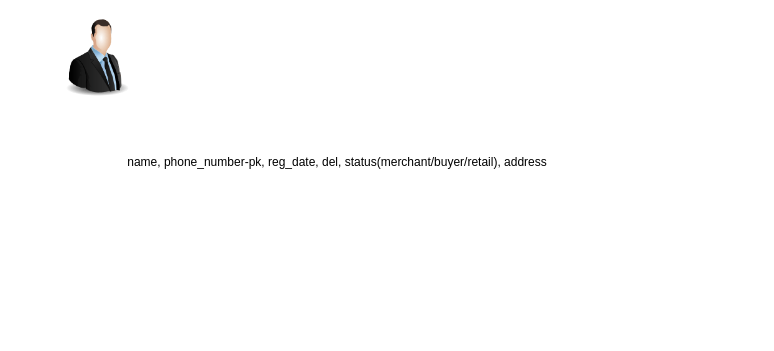
odu-11111111/owodemarket keeps this draw.io diagram as user.drawio. Above is the earlier version. Source tidied: cells renumbered, new cells numbered last; positions are measured from the earlier drawing's top-left corner, leaving out a move shared by most shapes. Both pictures are drawn from the tidied source at 100%, with x=0, y=0 at pixel (47, 17).
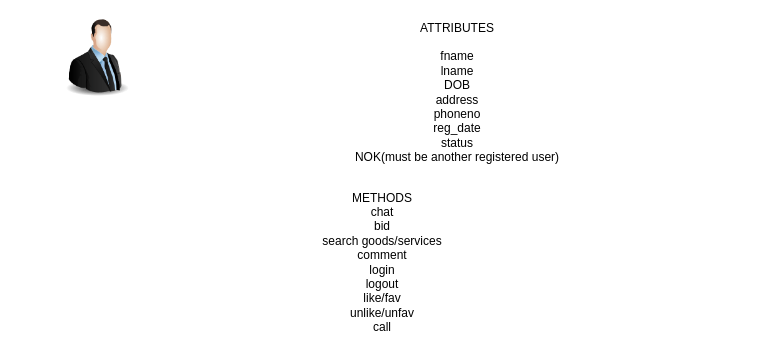
The same diagram, later.

Change to the diagram source:
```diff
@@
 <mxGraphModel>
   <root>
     <mxCell id="0" />
     <mxCell id="1" parent="0" />
-    <mxCell id="2" value="name, phone_number-pk, reg_date, del, status(merchant/buyer/retail), address" style="text;html=1;strokeColor=none;fillColor=none;align=center;verticalAlign=middle;whiteSpace=wrap;rounded=0;" parent="1" vertex="1">
-      <mxGeometry y="130" width="580" height="30" as="geometry" />
-    </mxCell>
     <mxCell id="3" style="image;html=1;image=img/lib/clip_art/people/Suit_Man_128x128.png;" parent="1" vertex="1">
       <mxGeometry x="10" width="80" height="80" as="geometry" />
     </mxCell>
+    <mxCell id="4" value="METHODS&lt;br&gt;chat&lt;br&gt;bid&lt;br&gt;search goods/services&lt;br&gt;comment&lt;br&gt;login&lt;br&gt;logout&lt;br&gt;like/fav&lt;br&gt;unlike/unfav&lt;br&gt;call" style="text;html=1;strokeColor=none;fillColor=none;align=center;verticalAlign=middle;whiteSpace=wrap;rounded=0;" parent="1" vertex="1">
+      <mxGeometry x="-30" y="230" width="730" height="30" as="geometry" />
+    </mxCell>
+    <mxCell id="5" value="ATTRIBUTES&lt;br&gt;&lt;br&gt;&lt;span&gt;fname&lt;br&gt;&lt;/span&gt;lname&lt;br&gt;DOB&lt;br&gt;&lt;span&gt;address&lt;br&gt;phoneno&lt;br&gt;reg_date&lt;br&gt;status&lt;br&gt;NOK(must be another registered user)&lt;br&gt;&lt;/span&gt;" style="text;html=1;strokeColor=none;fillColor=none;align=center;verticalAlign=middle;whiteSpace=wrap;rounded=0;" parent="1" vertex="1">
+      <mxGeometry x="110" y="60" width="600" height="30" as="geometry" />
+    </mxCell>
   </root>
 </mxGraphModel>
```
